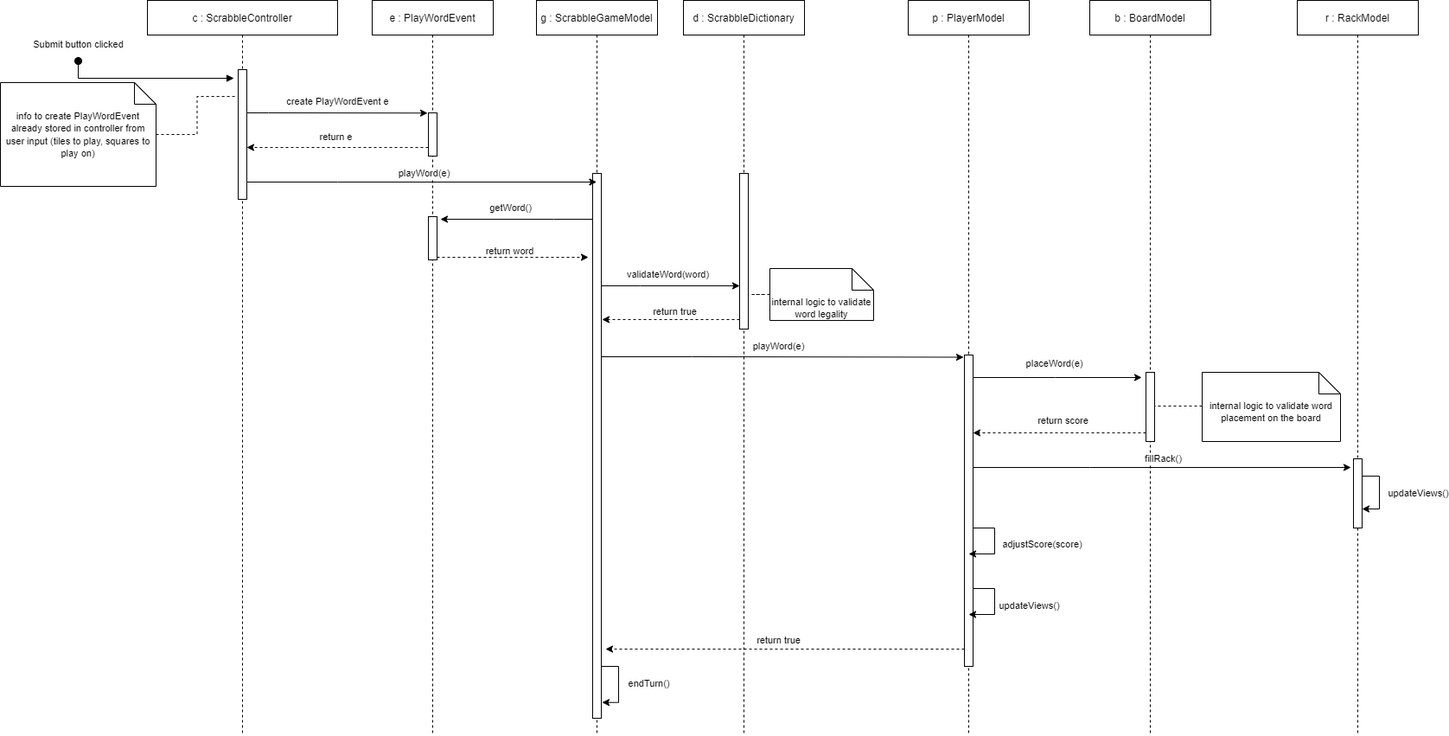
Earlier version of the draw.io export mockups&designs/playWordSequence.drawio.png (MichaelKyrollos/GR28-scrabble). Source tidied: cells renumbered, new cells last; positions are measured from the earlier drawing's top-left corner, leaving out a move shared by most shapes.
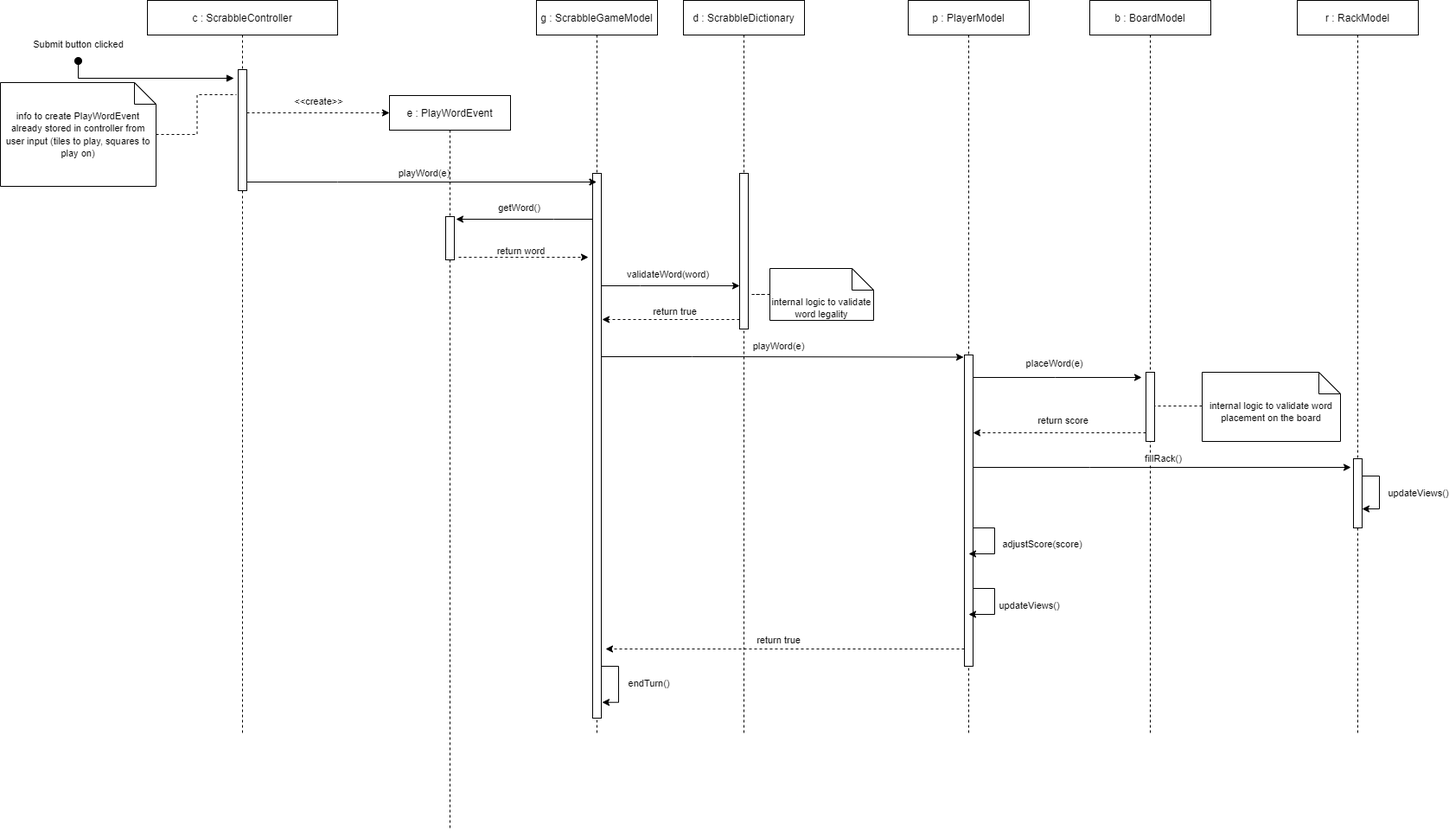
Later version of the same file.

Commit message:
Updated UML sequence diagram for Milestone 3

What changed in the source:
```diff
@@ -20,7 +20,7 @@
       <mxGeometry x="170" width="220" height="850" as="geometry" />
     </mxCell>
     <mxCell id="6" style="points=[];perimeter=orthogonalPerimeter;rounded=0;shadow=0;strokeWidth=1;" parent="5" vertex="1">
-      <mxGeometry x="105" y="80" width="10" height="150" as="geometry" />
+      <mxGeometry x="105" y="80" width="10" height="140" as="geometry" />
     </mxCell>
     <mxCell id="7" value="Submit button clicked" style="html=1;verticalAlign=bottom;startArrow=oval;startFill=1;endArrow=block;startSize=8;rounded=0;" parent="1" edge="1">
       <mxGeometry x="-1" y="-10" relative="1" as="geometry">
@@ -39,30 +39,20 @@
       <mxGeometry x="890" y="310" width="120" height="60" as="geometry" />
     </mxCell>
     <mxCell id="10" value="e : PlayWordEvent" style="shape=umlLifeline;perimeter=lifelinePerimeter;rounded=0;shadow=0;strokeWidth=1;" parent="1" vertex="1">
-      <mxGeometry x="430" width="140" height="850" as="geometry" />
+      <mxGeometry x="450" y="110" width="140" height="850" as="geometry" />
     </mxCell>
-    <mxCell id="11" style="points=[];perimeter=orthogonalPerimeter;rounded=0;shadow=0;strokeWidth=1;" parent="10" vertex="1">
-      <mxGeometry x="65" y="130" width="10" height="50" as="geometry" />
-    </mxCell>
     <mxCell id="12" style="points=[];perimeter=orthogonalPerimeter;rounded=0;shadow=0;strokeWidth=1;" parent="10" vertex="1">
-      <mxGeometry x="65" y="250" width="10" height="50" as="geometry" />
+      <mxGeometry x="65" y="140" width="10" height="50" as="geometry" />
     </mxCell>
-    <mxCell id="13" value="create PlayWordEvent e" style="edgeStyle=orthogonalEdgeStyle;rounded=0;jettySize=auto;html=1;entryX=-0.1;entryY=0.005;entryDx=0;entryDy=0;entryPerimeter=0;" parent="1" edge="1" source="6" target="11">
+    <mxCell id="13" value="&amp;lt;&amp;lt;create&amp;gt;&amp;gt;" style="edgeStyle=orthogonalEdgeStyle;rounded=0;jettySize=auto;html=1;dashed=1;" parent="1" edge="1" source="6">
       <mxGeometry y="13" relative="1" as="geometry">
+        <mxPoint x="450" y="130" as="targetPoint" />
         <Array as="points">
           <mxPoint x="310" y="130" />
           <mxPoint x="310" y="130" />
         </Array>
       </mxGeometry>
     </mxCell>
-    <mxCell id="14" value="return e" style="edgeStyle=orthogonalEdgeStyle;rounded=0;jettySize=auto;html=1;dashed=1;" parent="1" edge="1" source="11" target="6">
-      <mxGeometry x="0.01" y="-12" relative="1" as="geometry">
-        <Array as="points">
-          <mxPoint x="390" y="170" />
-          <mxPoint x="390" y="170" />
-        </Array>
-      </mxGeometry>
-    </mxCell>
     <mxCell id="15" value="playWord(e)" style="edgeStyle=orthogonalEdgeStyle;rounded=0;jettySize=auto;html=1;" parent="1" edge="1" source="6" target="2">
       <mxGeometry x="0.01" y="10" relative="1" as="geometry">
         <Array as="points">
@@ -77,7 +67,7 @@
     <mxCell id="17" style="points=[];perimeter=orthogonalPerimeter;rounded=0;shadow=0;strokeWidth=1;" parent="16" vertex="1">
       <mxGeometry x="65" y="200" width="10" height="180" as="geometry" />
     </mxCell>
-    <mxCell id="18" value="getWord()" style="edgeStyle=orthogonalEdgeStyle;rounded=0;jettySize=auto;html=1;entryX=1.4;entryY=0.06;entryDx=0;entryDy=0;entryPerimeter=0;" parent="1" edge="1" source="3" target="12">
+    <mxCell id="18" value="getWord()" style="edgeStyle=orthogonalEdgeStyle;rounded=0;jettySize=auto;html=1;entryX=1.2;entryY=0.06;entryDx=0;entryDy=0;entryPerimeter=0;" parent="1" edge="1" source="3" target="12">
       <mxGeometry x="0.08" y="-13" relative="1" as="geometry">
         <Array as="points">
           <mxPoint x="640" y="253" />
@@ -85,8 +75,9 @@
         </Array>
       </mxGeometry>
     </mxCell>
-    <mxCell id="19" value="return word" style="edgeStyle=orthogonalEdgeStyle;rounded=0;jettySize=auto;html=1;dashed=1;" parent="1" edge="1" source="12">
+    <mxCell id="19" value="return word" style="edgeStyle=orthogonalEdgeStyle;rounded=0;orthogonalLoop=1;jettySize=auto;html=1;dashed=1;" parent="1" edge="1">
       <mxGeometry x="-0.04" y="7" relative="1" as="geometry">
+        <mxPoint x="530" y="297" as="sourcePoint" />
         <mxPoint x="680" y="297" as="targetPoint" />
         <Array as="points">
           <mxPoint x="550" y="297" />
```
